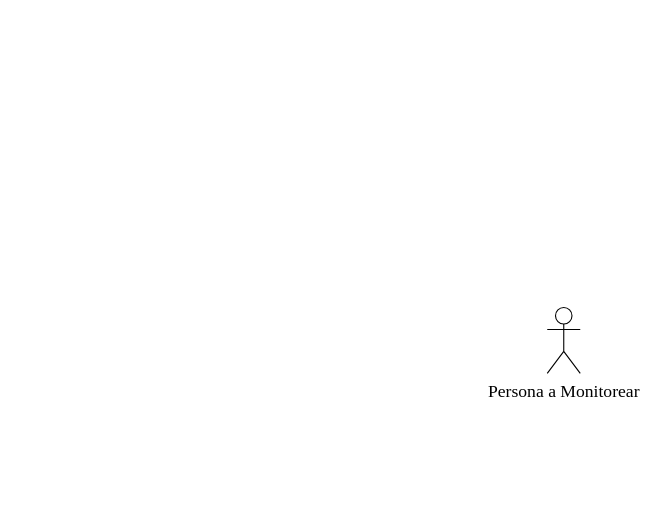
The draw.io diagram ESP32_Program/ESP_HAR/docs/images/Use_cases.drawio in AlbanyArmenta0711/CSI_HAR_with_ESP32, before the edit. Source tidied: cells renumbered, new cells numbered last; positions are measured from the earlier drawing's top-left corner, leaving out a move shared by most shapes. Both pictures are drawn from the tidied source at 110%, with x=0, y=0 at pixel (547, 307).
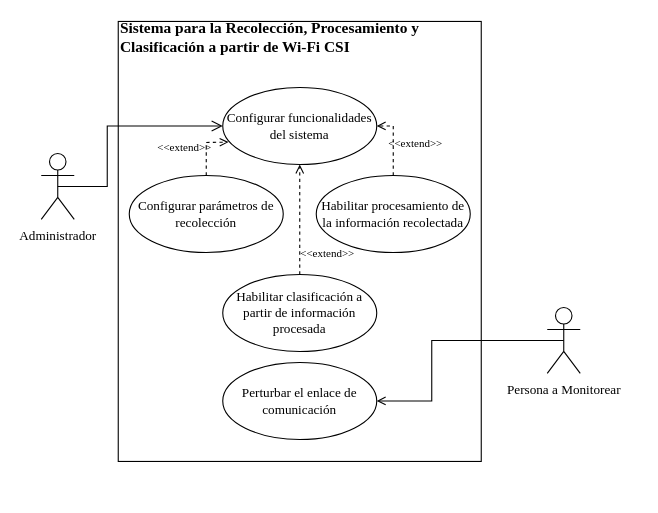
Above is the later version.

Change to the diagram source:
```diff
@@
-    <mxCell id="2" value="Persona a Monitorear" style="shape=umlActor;verticalLabelPosition=bottom;verticalAlign=top;html=1;outlineConnect=0;fontFamily=Times New Roman;fontSize=16;" parent="1" vertex="1">
+    <mxCell id="2" value="&lt;font style=&quot;font-size: 12px;&quot;&gt;Persona a Monitorear&lt;/font&gt;" style="shape=umlActor;verticalLabelPosition=bottom;verticalAlign=top;html=1;outlineConnect=0;fontFamily=Times New Roman;fontSize=14;" parent="1" vertex="1">
       <mxGeometry width="30" height="60" as="geometry" />
     </mxCell>
+    <mxCell id="3" value="&lt;font style=&quot;font-size: 12px;&quot;&gt;Administrador&lt;/font&gt;" style="shape=umlActor;verticalLabelPosition=bottom;verticalAlign=top;html=1;outlineConnect=0;fontFamily=Times New Roman;fontSize=14;" parent="1" vertex="1">
+      <mxGeometry x="-460" y="-140" width="30" height="60" as="geometry" />
+    </mxCell>
+    <mxCell id="4" style="group;" parent="1" vertex="1">
+      <mxGeometry x="-390" y="-260" width="330" height="430" as="geometry" />
+    </mxCell>
+    <mxCell id="5" style="rounded=0;whiteSpace=wrap;html=1;" parent="4" vertex="1">
+      <mxGeometry width="330" height="400" as="geometry" />
+    </mxCell>
+    <mxCell id="6" value="&lt;b&gt;Sistema para la Recolección, Procesamiento y Clasificación a partir de Wi-Fi CSI&lt;/b&gt;" style="text;html=1;strokeColor=none;fillColor=none;align=left;verticalAlign=middle;whiteSpace=wrap;rounded=0;fontFamily=Times New Roman;fontSize=14;" parent="4" vertex="1">
+      <mxGeometry width="330" height="30" as="geometry" />
+    </mxCell>
+    <mxCell id="7" value="Configurar parámetros de recolección" style="ellipse;whiteSpace=wrap;html=1;fontFamily=Times New Roman;" parent="4" vertex="1">
+      <mxGeometry x="10" y="140" width="140" height="70" as="geometry" />
+    </mxCell>
+    <mxCell id="8" value="Habilitar procesamiento de la información recolectada" style="ellipse;whiteSpace=wrap;html=1;fontFamily=Times New Roman;" parent="4" vertex="1">
+      <mxGeometry x="180" y="140" width="140" height="70" as="geometry" />
+    </mxCell>
+    <mxCell id="9" value="Habilitar clasificación a partir de información procesada" style="ellipse;whiteSpace=wrap;html=1;fontFamily=Times New Roman;" parent="4" vertex="1">
+      <mxGeometry x="95" y="230" width="140" height="70" as="geometry" />
+    </mxCell>
+    <mxCell id="10" value="Perturbar el enlace de comunicación" style="ellipse;whiteSpace=wrap;html=1;fontFamily=Times New Roman;" parent="4" vertex="1">
+      <mxGeometry x="95" y="310" width="140" height="70" as="geometry" />
+    </mxCell>
+    <mxCell id="11" value="Configurar funcionalidades del sistema" style="ellipse;whiteSpace=wrap;html=1;fontFamily=Times New Roman;" parent="4" vertex="1">
+      <mxGeometry x="95" y="60" width="140" height="70" as="geometry" />
+    </mxCell>
+    <mxCell id="12" value="&amp;lt;&amp;lt;extend&amp;gt;&amp;gt;" style="html=1;verticalAlign=bottom;labelBackgroundColor=none;endArrow=open;endFill=0;dashed=1;rounded=0;entryX=0.5;entryY=1;entryDx=0;entryDy=0;exitX=0.5;exitY=0;exitDx=0;exitDy=0;fontFamily=Times New Roman;fontSize=10;" parent="4" edge="1" source="9" target="11">
+      <mxGeometry x="-0.8" y="-25" relative="1" as="geometry" />
+    </mxCell>
+    <mxCell id="13" value="&amp;lt;&amp;lt;extend&amp;gt;&amp;gt;" style="html=1;verticalAlign=bottom;labelBackgroundColor=none;endArrow=open;endFill=0;dashed=1;rounded=0;entryX=1;entryY=0.5;entryDx=0;entryDy=0;exitX=0.5;exitY=0;exitDx=0;exitDy=0;fontFamily=Times New Roman;fontSize=10;" parent="4" edge="1" source="8" target="11">
+      <mxGeometry x="-0.33" y="-20" relative="1" as="geometry">
+        <Array as="points">
+          <mxPoint x="250" y="95" />
+        </Array>
+      </mxGeometry>
+    </mxCell>
+    <mxCell id="14" value="&amp;lt;&amp;lt;extend&amp;gt;&amp;gt;" style="html=1;verticalAlign=bottom;labelBackgroundColor=none;endArrow=open;endFill=0;dashed=1;rounded=0;entryX=0.038;entryY=0.71;entryDx=0;entryDy=0;exitX=0.5;exitY=0;exitDx=0;exitDy=0;fontFamily=Times New Roman;fontSize=10;entryPerimeter=0;" parent="4" edge="1" source="7" target="11">
+      <mxGeometry x="-0.33" y="20" relative="1" as="geometry">
+        <Array as="points">
+          <mxPoint x="80" y="110" />
+        </Array>
+      </mxGeometry>
+    </mxCell>
+    <mxCell id="15" style="endArrow=open;startArrow=none;endFill=0;startFill=0;endSize=8;html=1;verticalAlign=bottom;labelBackgroundColor=none;strokeWidth=1;rounded=0;exitX=0.5;exitY=0.5;exitDx=0;exitDy=0;exitPerimeter=0;entryX=0;entryY=0.5;entryDx=0;entryDy=0;" parent="1" edge="1" source="3" target="11">
+      <mxGeometry relative="1" as="geometry">
+        <Array as="points">
+          <mxPoint x="-400" y="-110" />
+          <mxPoint x="-400" y="-130" />
+          <mxPoint x="-400" y="-165" />
+        </Array>
+      </mxGeometry>
+    </mxCell>
+    <mxCell id="16" style="endArrow=none;startArrow=open;endFill=0;startFill=0;endSize=8;html=1;verticalAlign=bottom;labelBackgroundColor=none;strokeWidth=1;rounded=0;exitX=1;exitY=0.5;exitDx=0;exitDy=0;entryX=0.5;entryY=0.5;entryDx=0;entryDy=0;entryPerimeter=0;" parent="1" edge="1" source="10" target="2">
+      <mxGeometry relative="1" as="geometry">
+        <Array as="points">
+          <mxPoint x="-105" y="85" />
+          <mxPoint x="-105" y="65" />
+          <mxPoint x="-105" y="30" />
+        </Array>
+      </mxGeometry>
+    </mxCell>
```
